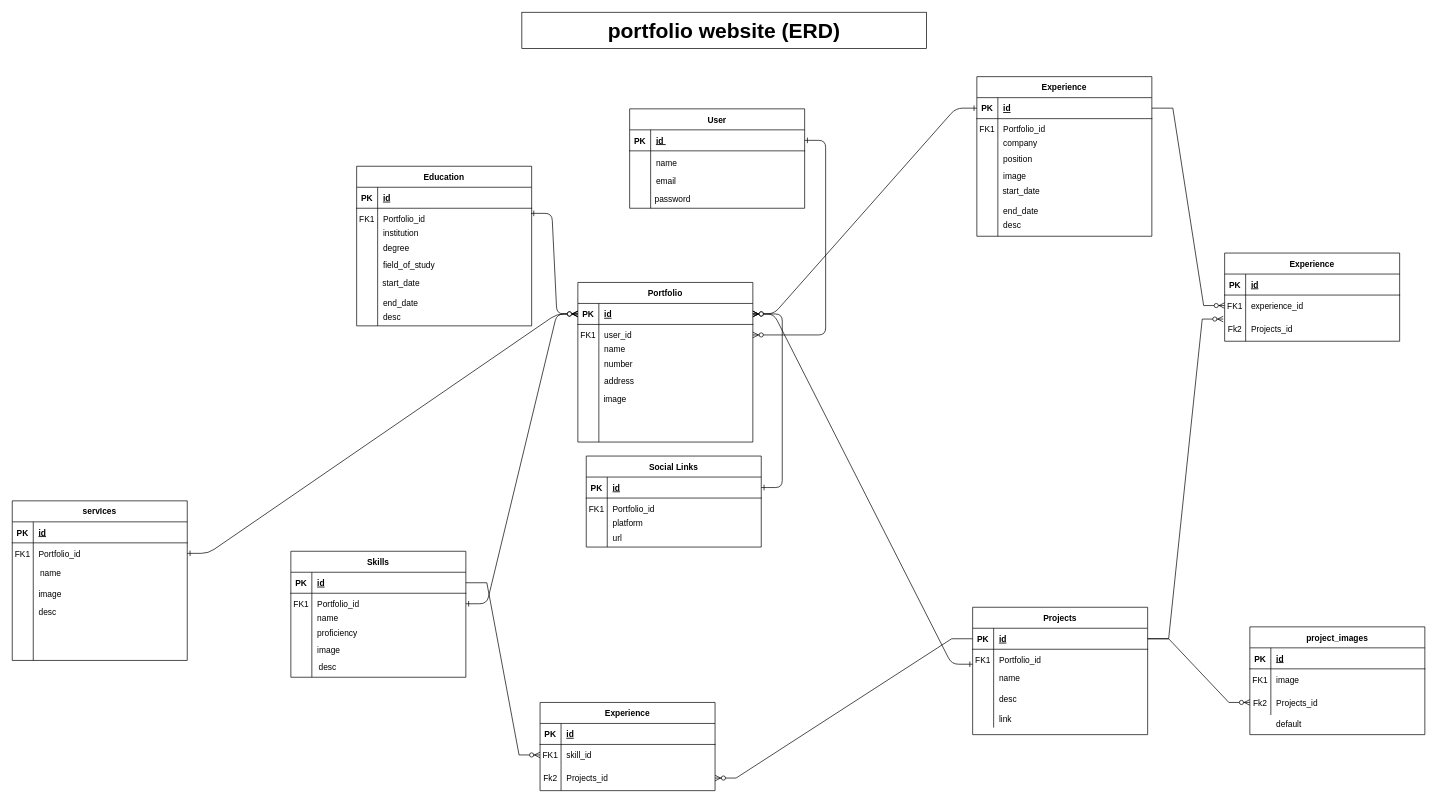
w15147m/portfolio-website-diagram- keeps this draw.io diagram as Project.drawio. Above is the earlier version. Source tidied: cells renumbered, new cells numbered last; positions are measured from the earlier drawing's top-left corner, leaving out a move shared by most shapes. Both pictures are drawn from the tidied source at 70%, with x=0, y=0 at pixel (12, 12).
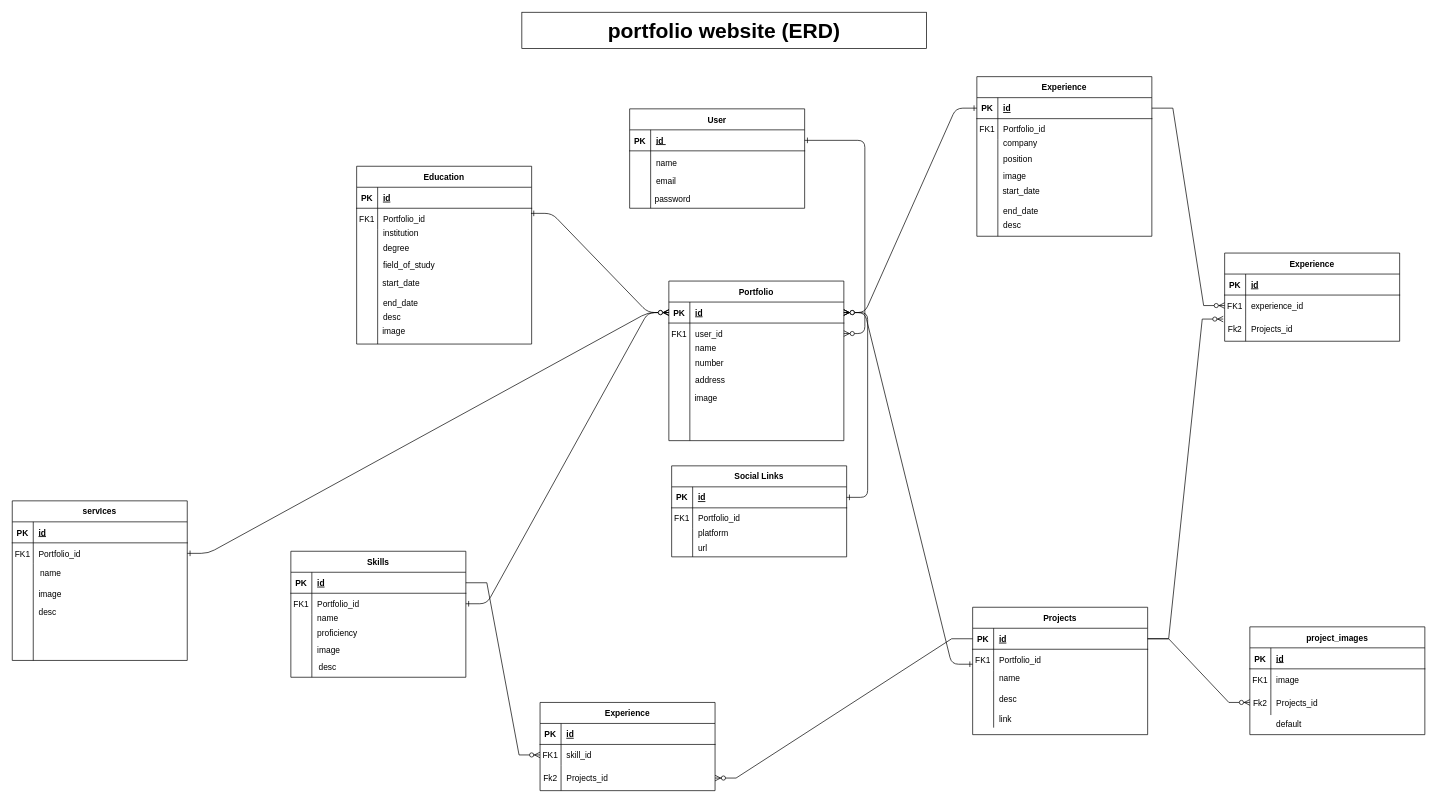
The same page after the edit.

Unchanged cells that the change refers to:
```xml
<mxCell id="46" style="group;" parent="1" vertex="1">
  <mxGeometry x="492" y="220" width="325" height="268" as="geometry" />
</mxCell>
```

What changed in the source:
```diff
@@
     <mxCell id="17" style="group;" parent="1" vertex="1">
-      <mxGeometry x="808" y="386" width="250" height="228" as="geometry" />
+      <mxGeometry x="938" y="384" width="250" height="228" as="geometry" />
     </mxCell>
@@
     <mxCell id="47" value="Education " style="shape=table;startSize=30;childLayout=tableLayout;rowLines=0;fontStyle=1;align=center;" parent="46" vertex="1">
-      <mxGeometry width="250" height="228" as="geometry" />
+      <mxGeometry width="250" height="254" as="geometry" />
     </mxCell>
@@
     <mxCell id="54" style="shape=partialRectangle;fillColor=none;top=0;left=0;right=0;bottom=0;" parent="47" vertex="1">
-      <mxGeometry y="90" width="250" height="138" as="geometry" />
+      <mxGeometry y="90" width="250" height="164" as="geometry" />
     </mxCell>
     <mxCell id="55" style="shape=partialRectangle;overflow=hidden;fillColor=none;top=0;left=0;bottom=0;right=0;" parent="54" vertex="1">
-      <mxGeometry width="30" height="138" as="geometry" />
+      <mxGeometry width="30" height="164" as="geometry" />
     </mxCell>
     <mxCell id="56" style="shape=partialRectangle;overflow=hidden;fillColor=none;top=0;left=0;bottom=0;right=0;align=left;spacingLeft=6;" parent="54" vertex="1">
-      <mxGeometry x="30" width="220" height="138" as="geometry" />
+      <mxGeometry x="30" width="220" height="164" as="geometry" />
     </mxCell>
@@
+    <mxCell id="165" value="image" style="shape=partialRectangle;overflow=hidden;fillColor=none;top=0;left=0;bottom=0;right=0;align=left;spacingLeft=6;" parent="46" vertex="1">
+      <mxGeometry x="29" y="220" width="220" height="30" as="geometry" />
+    </mxCell>
@@
     <mxCell id="80" style="group;" parent="1" vertex="1">
-      <mxGeometry x="820" y="634" width="250" height="230" as="geometry" />
+      <mxGeometry x="942" y="648" width="250" height="230" as="geometry" />
     </mxCell>
```
